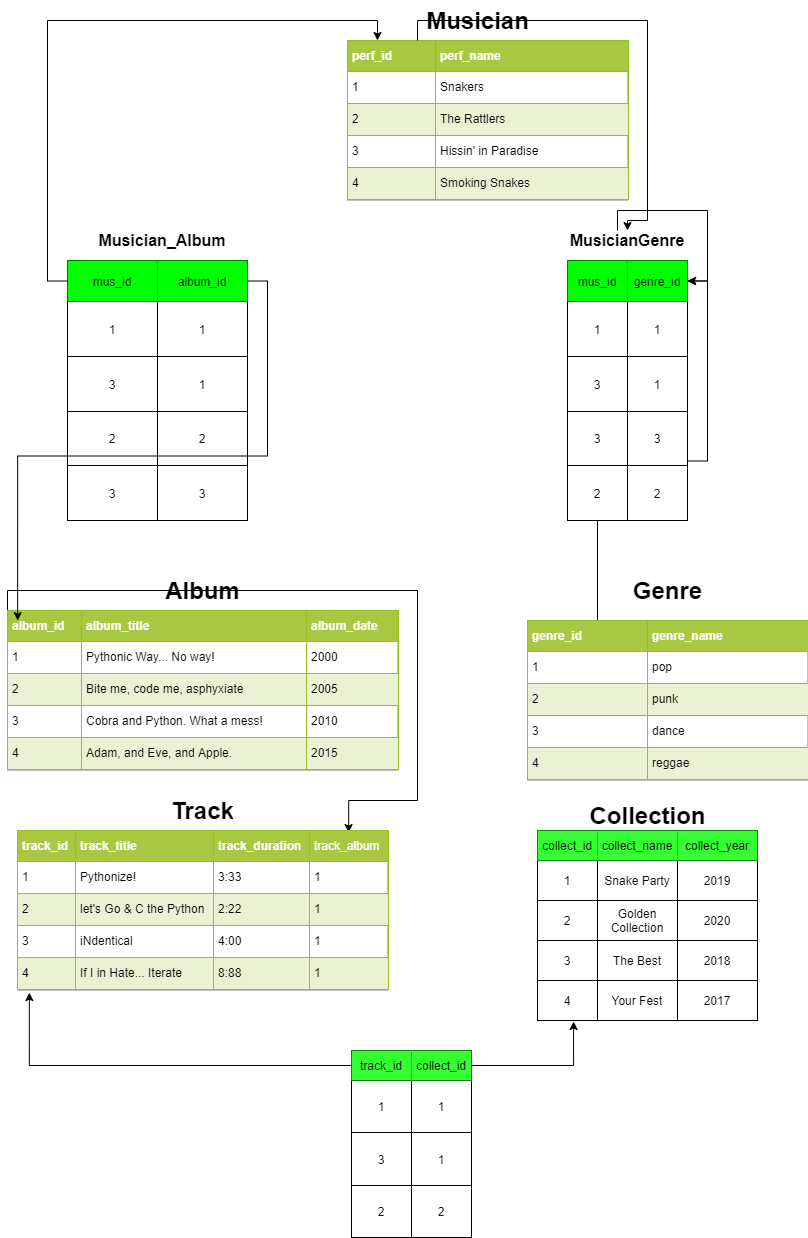
The draw.io diagram home.png in eduaga/bd_struct, before a commit. Source tidied: cells renumbered, new cells last; positions are measured from the earlier drawing's top-left corner, leaving out a move shared by most shapes.
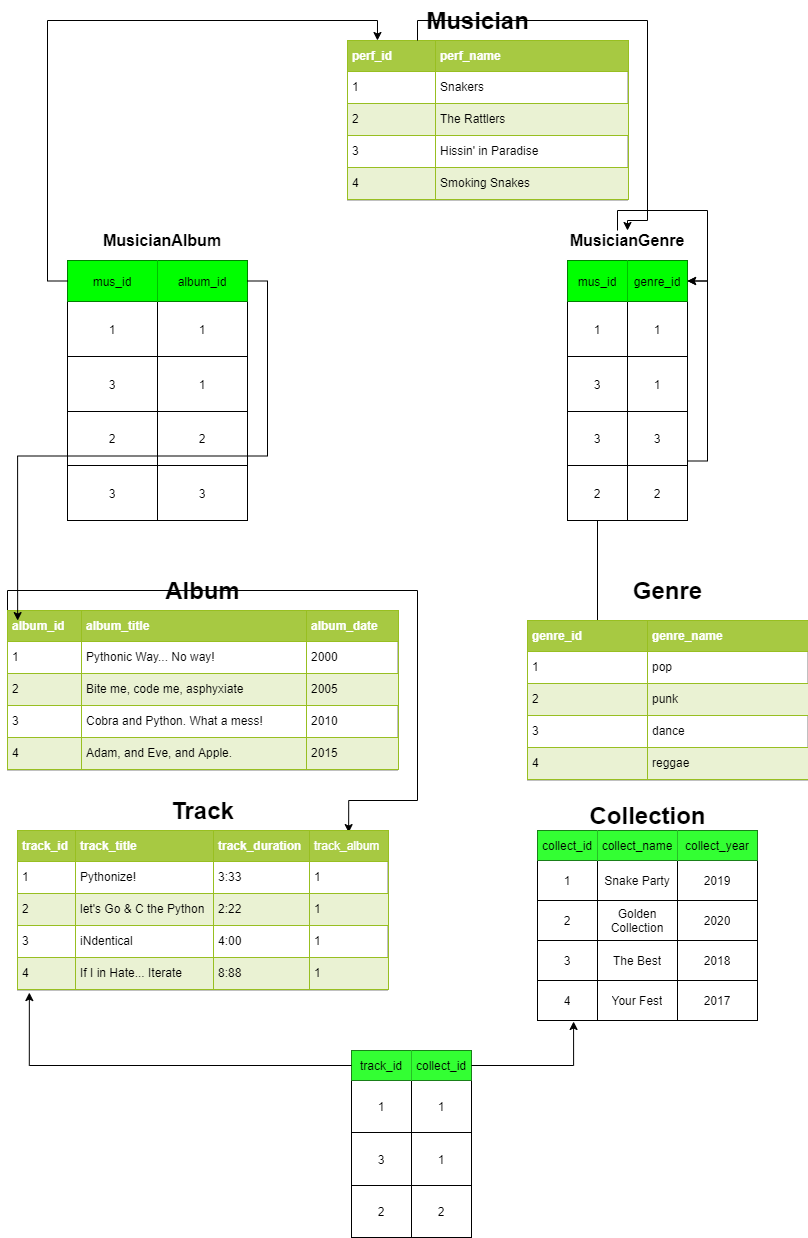
After the change.

The edit, as a diff of the source:
```diff
@@ -137,7 +137,7 @@
     <mxCell id="46" value="2" style="shape=partialRectangle;html=1;whiteSpace=wrap;overflow=hidden;fillColor=none;top=0;left=0;bottom=0;right=0;" parent="44" vertex="1">
       <mxGeometry x="60" width="60" height="55" as="geometry" />
     </mxCell>
-    <mxCell id="47" value="&lt;b&gt;&lt;font style=&quot;font-size: 16px&quot;&gt;Musician_Album&lt;/font&gt;&lt;/b&gt;" style="text;html=1;strokeColor=none;fillColor=none;align=center;verticalAlign=middle;whiteSpace=wrap;rounded=0;" parent="1" vertex="1">
+    <mxCell id="47" value="&lt;b&gt;&lt;font style=&quot;font-size: 16px&quot;&gt;MusicianAlbum&lt;/font&gt;&lt;/b&gt;" style="text;html=1;strokeColor=none;fillColor=none;align=center;verticalAlign=middle;whiteSpace=wrap;rounded=0;" parent="1" vertex="1">
       <mxGeometry x="90" y="220" width="130" height="40" as="geometry" />
     </mxCell>
     <mxCell id="48" value="&lt;font style=&quot;font-size: 16px&quot;&gt;&lt;b&gt;MusicianGenre&lt;/b&gt;&lt;/font&gt;" style="text;html=1;strokeColor=none;fillColor=none;align=center;verticalAlign=middle;whiteSpace=wrap;rounded=0;" parent="1" vertex="1">
```
